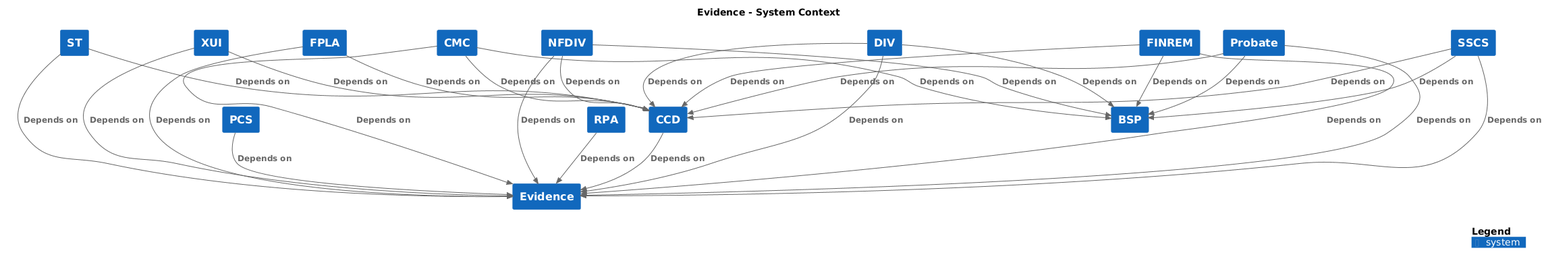
This is docs/c4/evidence/images/structurizr-evidence-context.png from hmcts/cnp-api-docs, a PlantUML export, as it was before one commit.
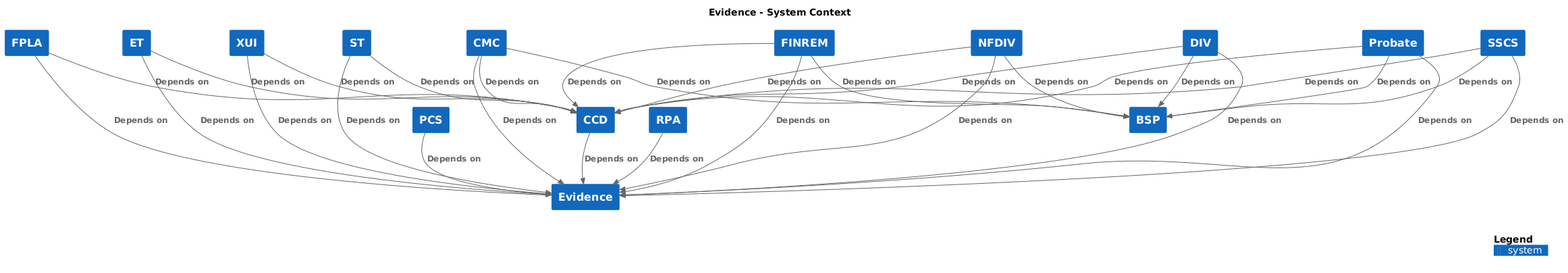
The same file after the commit.

Change to the diagram source:
```diff
@@ -10,6 +10,7 @@
 System(FPLA, "FPLA", $descr="", $tags="", $link="")
 System(NFDIV, "NFDIV", $descr="", $tags="", $link="")
 System(ST, "ST", $descr="", $tags="", $link="")
+System(ET, "ET", $descr="", $tags="", $link="")
 System(PCS, "PCS", $descr="", $tags="", $link="")
 System(CCD, "CCD", $descr="", $tags="", $link="")
 System(Evidence, "Evidence", $descr="", $tags="", $link="")
@@ -48,6 +49,8 @@
 Rel(NFDIV, BSP, "Depends on", $techn="", $tags="", $link="")
 Rel(ST, CCD, "Depends on", $techn="", $tags="", $link="")
 Rel(ST, Evidence, "Depends on", $techn="", $tags="", $link="")
+Rel(ET, CCD, "Depends on", $techn="", $tags="", $link="")
+Rel(ET, Evidence, "Depends on", $techn="", $tags="", $link="")
 Rel(PCS, Evidence, "Depends on", $techn="", $tags="", $link="")
 
 SHOW_DYNAMIC_LEGEND()
```
